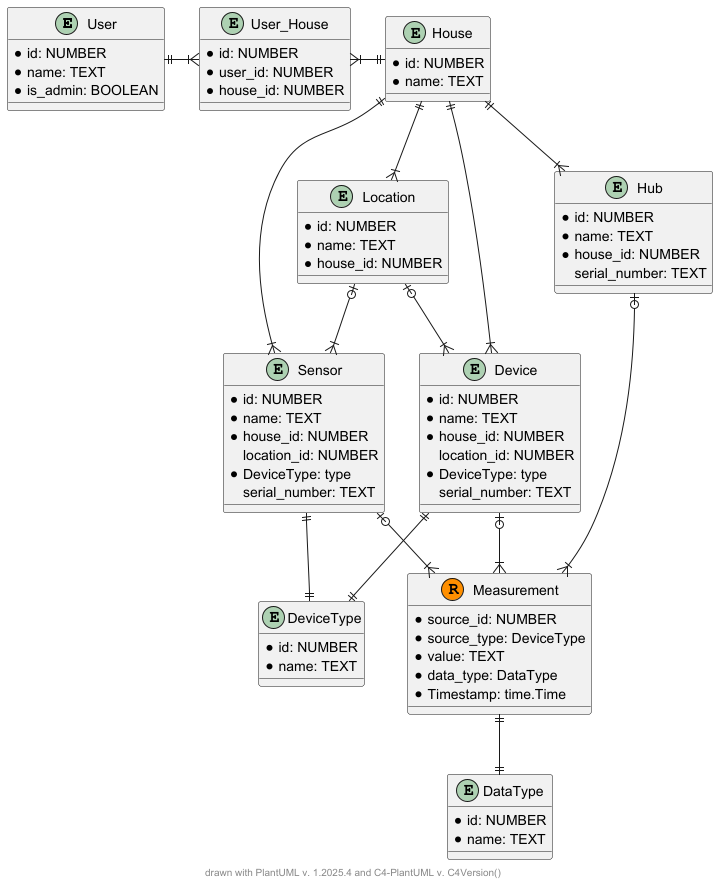
Earlier version of the PlantUML export schemas/to_be_system/er/Smarthouse_ER.png (vgarmash/swa-21-warmhouse). Its diagram source:
```plantuml
@startuml

footer drawn with PlantUML v. %version() and C4-PlantUML v. C4Version()

entity User {
    * id: NUMBER
    * name: TEXT
    * is_admin: BOOLEAN
}

entity User_House {
    * id: NUMBER
    * user_id: NUMBER
    * house_id: NUMBER
}

entity House {
    * id: NUMBER
    * name: TEXT
}

entity Location {
    * id: NUMBER
    * name: TEXT
    * house_id: NUMBER
}

entity Hub {
    * id: NUMBER
    * name: TEXT
    * house_id: NUMBER
    serial_number: TEXT
}


entity Device {
    * id: NUMBER
    * name: TEXT
    * house_id: NUMBER
    location_id: NUMBER
    * DeviceType: type
    serial_number: TEXT
}

entity DeviceType {
    * id: NUMBER
    * name: TEXT
}

entity DataType {
    * id: NUMBER
    * name: TEXT
}

entity Sensor {
    * id: NUMBER
    * name: TEXT
    * house_id: NUMBER
    location_id: NUMBER
    * DeviceType: type
    serial_number: TEXT
}

record Measurement {
    * source_id: NUMBER
    * source_type: DeviceType
    * value: TEXT
    * data_type: DataType
    * Timestamp: time.Time
}

User ||-right-|{ User_House
House ||-left-|{ User_House

House ||--|{  Location
House ||--|{  Device
House ||--|{  Sensor
House ||--|{  Hub
Location |o--|{  Device
Location |o--|{  Sensor
Sensor ||--||  DeviceType
Device ||--||  DeviceType

Sensor |o--|{  Measurement
Device |o--|{  Measurement
Hub |o--|{  Measurement

Measurement ||--|| DataType

@enduml
```
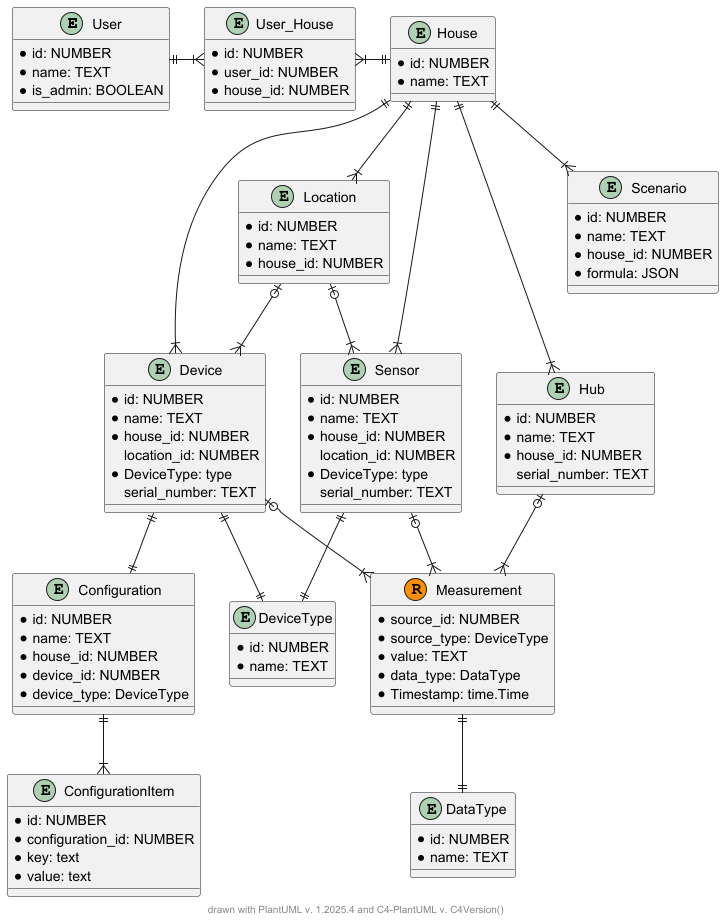
The same diagram one commit later.

Commit message:
Спринт 1 - обновил ER диаграмму. Для задания 4 добавил документацию API.

Diff of the diagram source:
```diff
@@ -32,7 +32,6 @@
     serial_number: TEXT
 }
 
-
 entity Device {
     * id: NUMBER
     * name: TEXT
@@ -61,6 +60,29 @@
     serial_number: TEXT
 }
 
+entity Scenario {
+    * id: NUMBER
+    * name: TEXT
+    * house_id: NUMBER
+    * formula: JSON
+}
+
+entity Configuration {
+    * id: NUMBER
+    * name: TEXT
+    * house_id: NUMBER
+    * device_id: NUMBER
+    * device_type: DeviceType
+}
+
+entity ConfigurationItem {
+    * id: NUMBER
+    * configuration_id: NUMBER
+    * key: text
+    * value: text
+}
+
+
 record Measurement {
     * source_id: NUMBER
     * source_type: DeviceType
@@ -76,10 +98,13 @@
 House ||--|{  Device
 House ||--|{  Sensor
 House ||--|{  Hub
+House ||--|{  Scenario
 Location |o--|{  Device
 Location |o--|{  Sensor
 Sensor ||--||  DeviceType
 Device ||--||  DeviceType
+Device ||--||  Configuration
+Configuration ||--|{  ConfigurationItem
 
 Sensor |o--|{  Measurement
 Device |o--|{  Measurement
```
